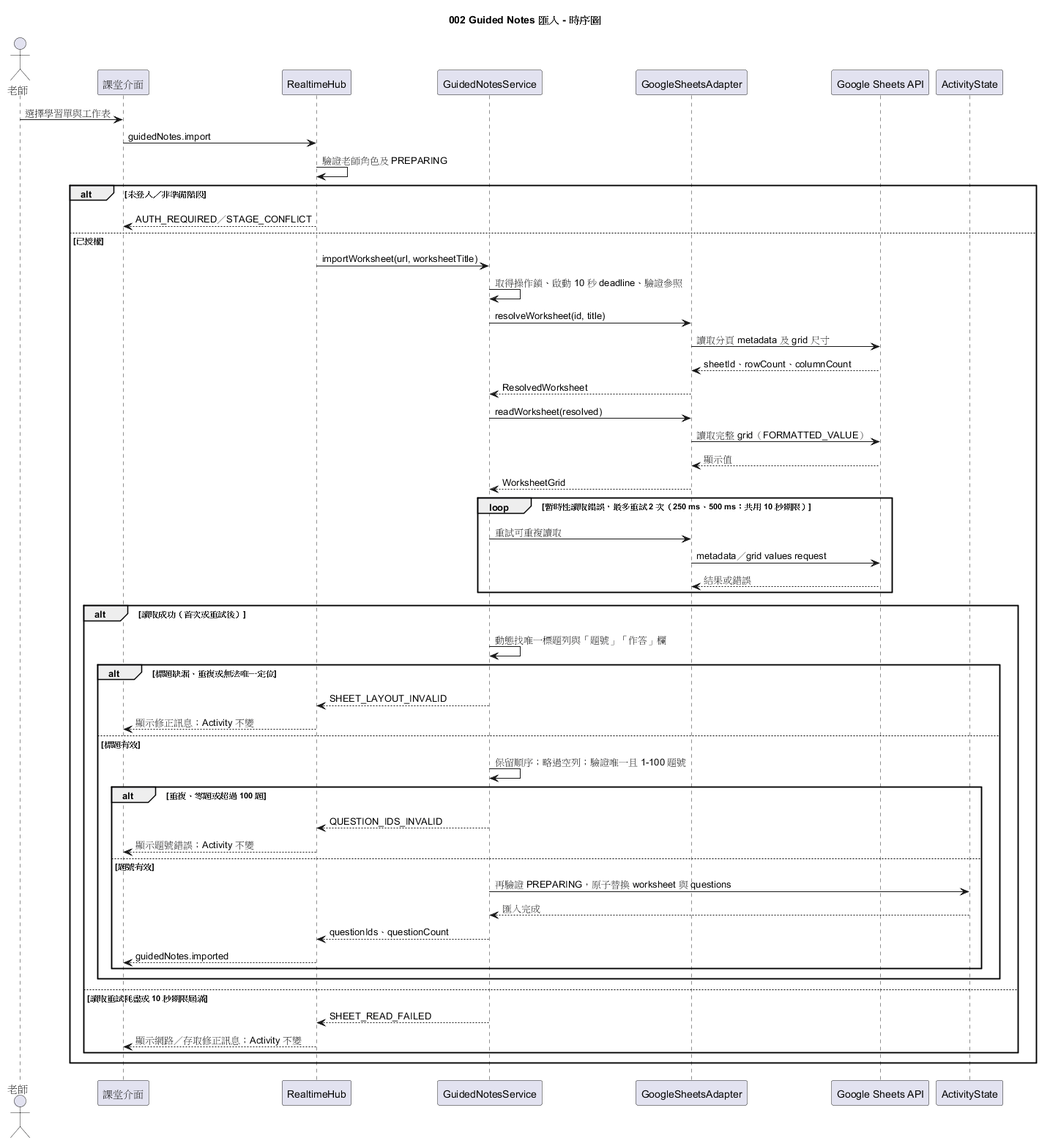
Earlier version of the PlantUML export diagrams/002-guided-notes-sequence-import.png (ncuyvonne/speckit-buzzer).
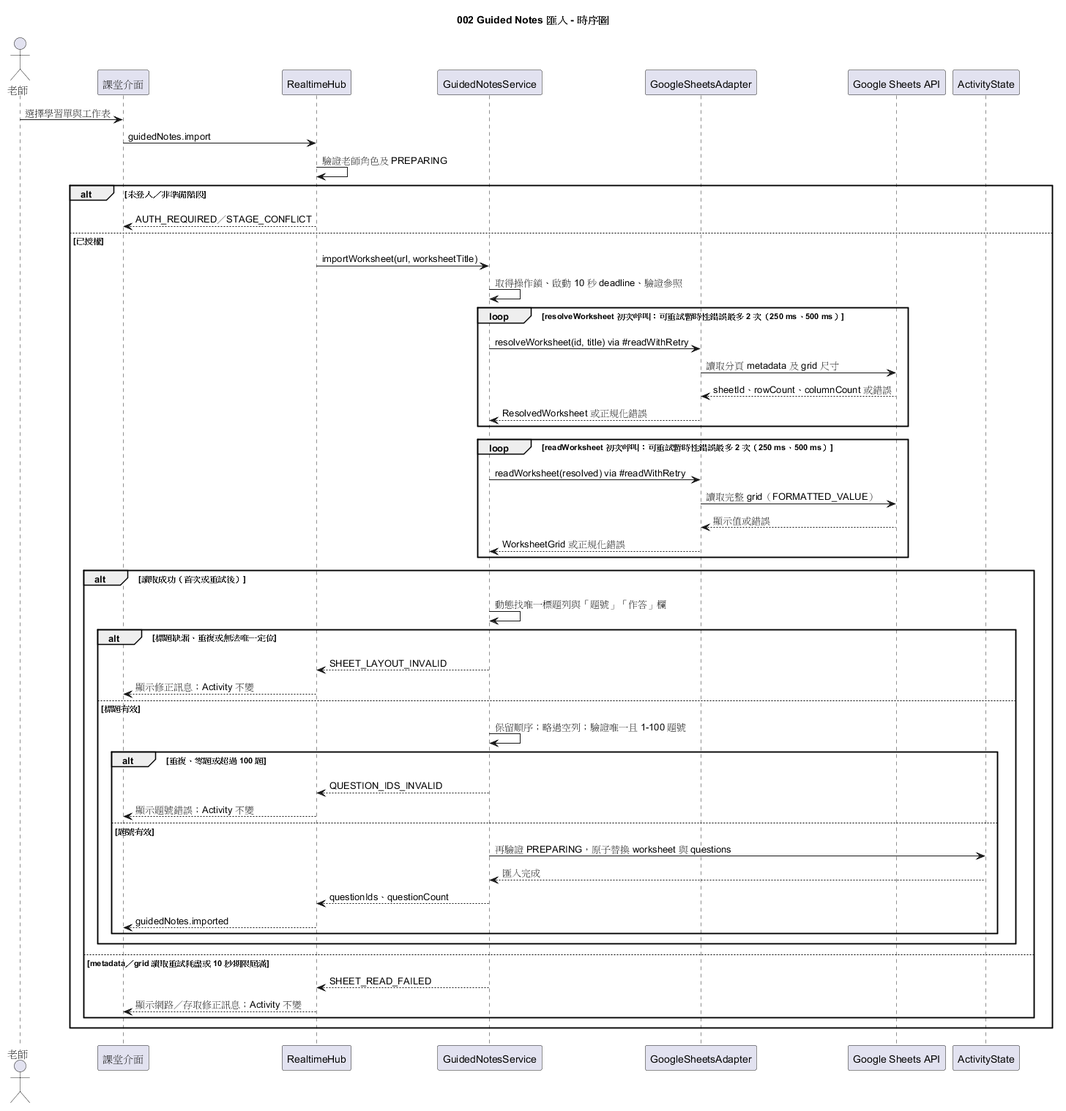
After the commit.

What changed in the source:
```diff
@@ -16,18 +16,17 @@
 else 已授權
   Hub -> Import : importWorksheet(url, worksheetTitle)
   Import -> Import : 取得操作鎖、啟動 10 秒 deadline、驗證參照
-  Import -> Adapter : resolveWorksheet(id, title)
-  Adapter -> Sheet : 讀取分頁 metadata 及 grid 尺寸
-  Sheet --> Adapter : sheetId、rowCount、columnCount
-  Adapter --> Import : ResolvedWorksheet
-  Import -> Adapter : readWorksheet(resolved)
-  Adapter -> Sheet : 讀取完整 grid（FORMATTED_VALUE）
-  Sheet --> Adapter : 顯示值
-  Adapter --> Import : WorksheetGrid
-  loop 暫時性讀取錯誤，最多重試 2 次（250 ms、500 ms；共用 10 秒期限）
-    Import -> Adapter : 重試可重複讀取
-    Adapter -> Sheet : metadata／grid values request
-    Sheet --> Adapter : 結果或錯誤
+  loop resolveWorksheet 初次呼叫；可重試暫時性錯誤最多 2 次（250 ms、500 ms）
+    Import -> Adapter : resolveWorksheet(id, title) via #readWithRetry
+    Adapter -> Sheet : 讀取分頁 metadata 及 grid 尺寸
+    Sheet --> Adapter : sheetId、rowCount、columnCount 或錯誤
+    Adapter --> Import : ResolvedWorksheet 或正規化錯誤
+  end
+  loop readWorksheet 初次呼叫；可重試暫時性錯誤最多 2 次（250 ms、500 ms）
+    Import -> Adapter : readWorksheet(resolved) via #readWithRetry
+    Adapter -> Sheet : 讀取完整 grid（FORMATTED_VALUE）
+    Sheet --> Adapter : 顯示值或錯誤
+    Adapter --> Import : WorksheetGrid 或正規化錯誤
   end
   alt 讀取成功（首次或重試後）
     Import -> Import : 動態找唯一標題列與「題號」「作答」欄
@@ -46,7 +45,7 @@
         Hub --> UI : guidedNotes.imported
       end
     end
-  else 讀取重試耗盡或 10 秒期限屆滿
+  else metadata／grid 讀取重試耗盡或 10 秒期限屆滿
     Import --> Hub : SHEET_READ_FAILED
     Hub --> UI : 顯示網路／存取修正訊息；Activity 不變
   end
```
